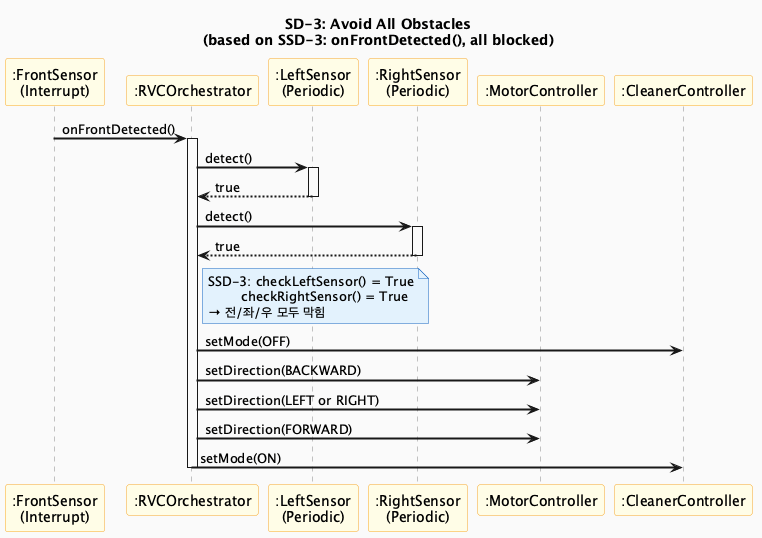
Before: docs/vibe-coding/03-ood/images/SD3_AvoidAllObstacles.png, a diagram exported from PlantUML (OOP-konkuk/CICD-Team7).
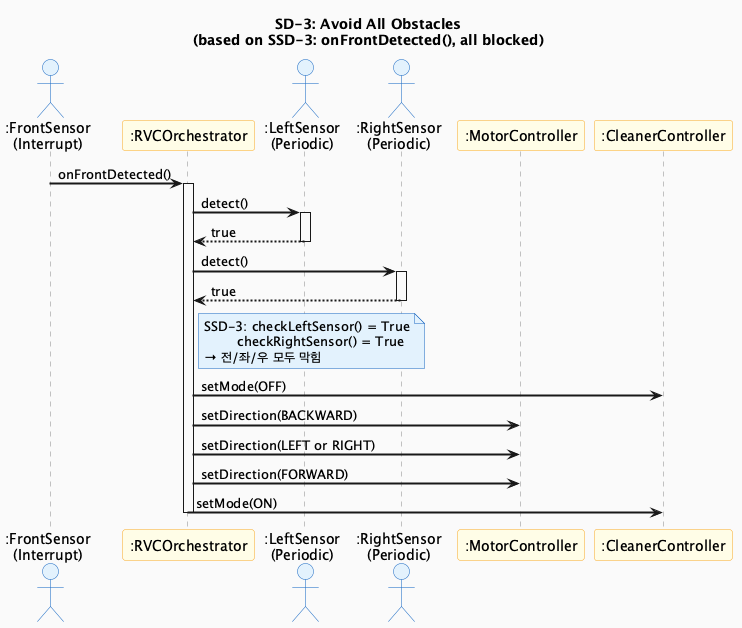
After the commit.

Commit message:
style(ood): Change external actors from participant to actor in SD-1~4

Change to the diagram source:
```diff
@@ -3,16 +3,18 @@
 skinparam sequenceArrowThickness 2
 skinparam sequenceParticipantBackgroundColor #FFFDE7
 skinparam sequenceParticipantBorderColor #F9A825
+skinparam sequenceActorBackgroundColor #E3F2FD
+skinparam sequenceActorBorderColor #1565C0
 skinparam sequenceLifeLineBorderColor #888888
 skinparam noteBackgroundColor #E3F2FD
 skinparam noteBorderColor #1565C0
 
 title SD-3: Avoid All Obstacles\n(based on SSD-3: onFrontDetected(), all blocked)
 
-participant ":FrontSensor\n(Interrupt)" as FS
+actor ":FrontSensor\n(Interrupt)" as FS
 participant ":RVCOrchestrator" as Orch
-participant ":LeftSensor\n(Periodic)" as LS
-participant ":RightSensor\n(Periodic)" as RS
+actor ":LeftSensor\n(Periodic)" as LS
+actor ":RightSensor\n(Periodic)" as RS
 participant ":MotorController" as Motor
 participant ":CleanerController" as Cleaner
 
```
